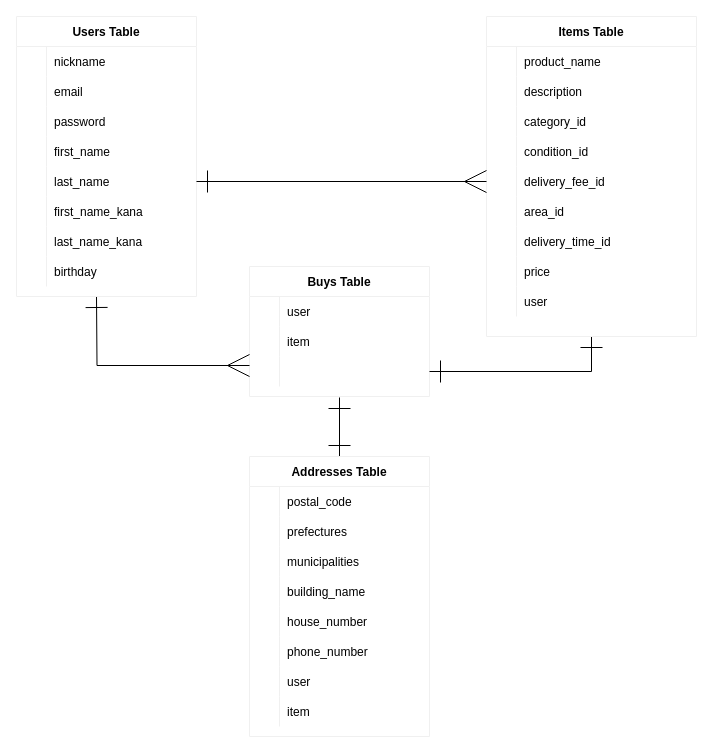
Earlier version of the draw.io diagram ER.dio (Bach42b/furima-32402). Source tidied: cells renumbered, new cells numbered last; positions are measured from the earlier drawing's top-left corner, leaving out a move shared by most shapes. Both pictures are drawn from the tidied source at 100%, with x=0, y=0 at pixel (16, 16).
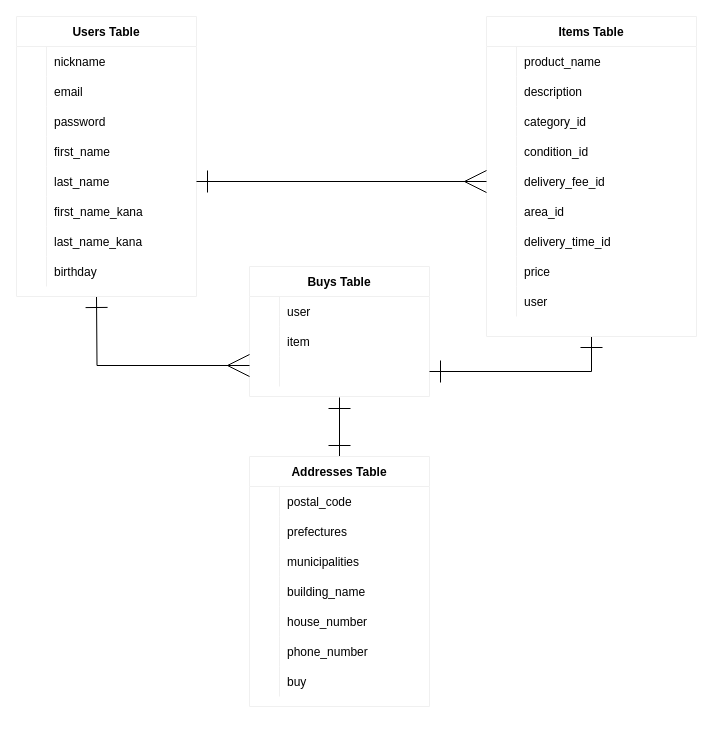
After the change.

Commit message (it also covers changes not shown here):
データベース修正(4)

Unchanged cells that the change refers to:
```xml
<mxCell id="62" style="shape=partialRectangle;fillColor=none;top=0;left=0;bottom=0;right=0;" parent="43" vertex="1">
  <mxGeometry y="210" width="180" height="30" as="geometry" />
</mxCell>
```

Diff of the diagram source:
```diff
@@
     <mxCell id="43" value="Addresses Table" style="shape=table;startSize=30;childLayout=tableLayout;rowLines=0;fontStyle=1;align=center;shadow=0;sketch=0;strokeColor=#f0f0f0;strokeWidth=1;fillColor=none;" parent="1" vertex="1">
-      <mxGeometry x="233" y="440" width="180" height="280" as="geometry" />
+      <mxGeometry x="233" y="440" width="180" height="250" as="geometry" />
     </mxCell>
@@
-    <mxCell id="64" value="user" style="shape=partialRectangle;fillColor=none;top=0;left=0;bottom=0;right=0;align=left;spacingLeft=6;overflow=hidden;" parent="62" vertex="1">
+    <mxCell id="64" value="buy" style="shape=partialRectangle;fillColor=none;top=0;left=0;bottom=0;right=0;align=left;spacingLeft=6;overflow=hidden;" parent="62" vertex="1">
       <mxGeometry x="30" width="150" height="30" as="geometry" />
     </mxCell>
-    <mxCell id="65" style="shape=partialRectangle;fillColor=none;top=0;left=0;bottom=0;right=0;" parent="43" vertex="1">
-      <mxGeometry y="240" width="180" height="30" as="geometry" />
-    </mxCell>
-    <mxCell id="66" style="shape=partialRectangle;fillColor=none;top=0;left=0;bottom=0;right=0;overflow=hidden;" parent="65" vertex="1">
-      <mxGeometry width="30" height="30" as="geometry" />
-    </mxCell>
-    <mxCell id="67" value="item" style="shape=partialRectangle;fillColor=none;top=0;left=0;bottom=0;right=0;align=left;spacingLeft=6;overflow=hidden;" parent="65" vertex="1">
-      <mxGeometry x="30" width="150" height="30" as="geometry" />
-    </mxCell>
```
